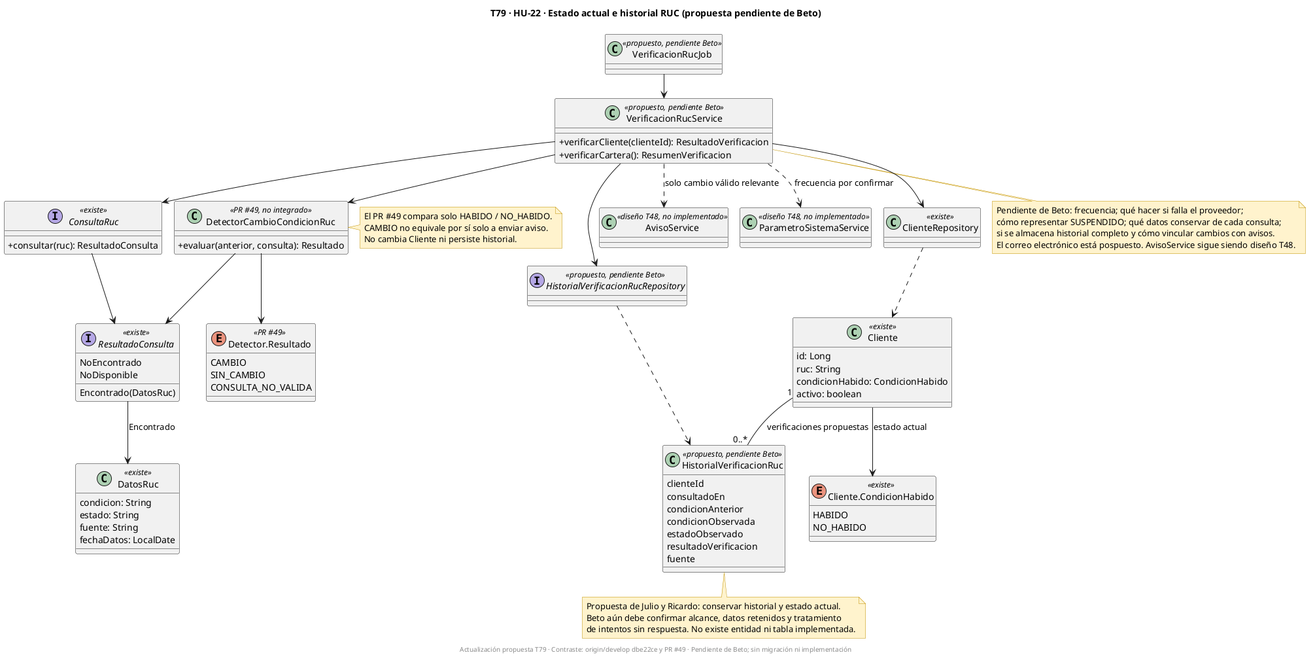
Above: docs/uml/img/T79-HU22-clases.png in fabianrodriguez33/plus-contable (PlantUML), before the change.
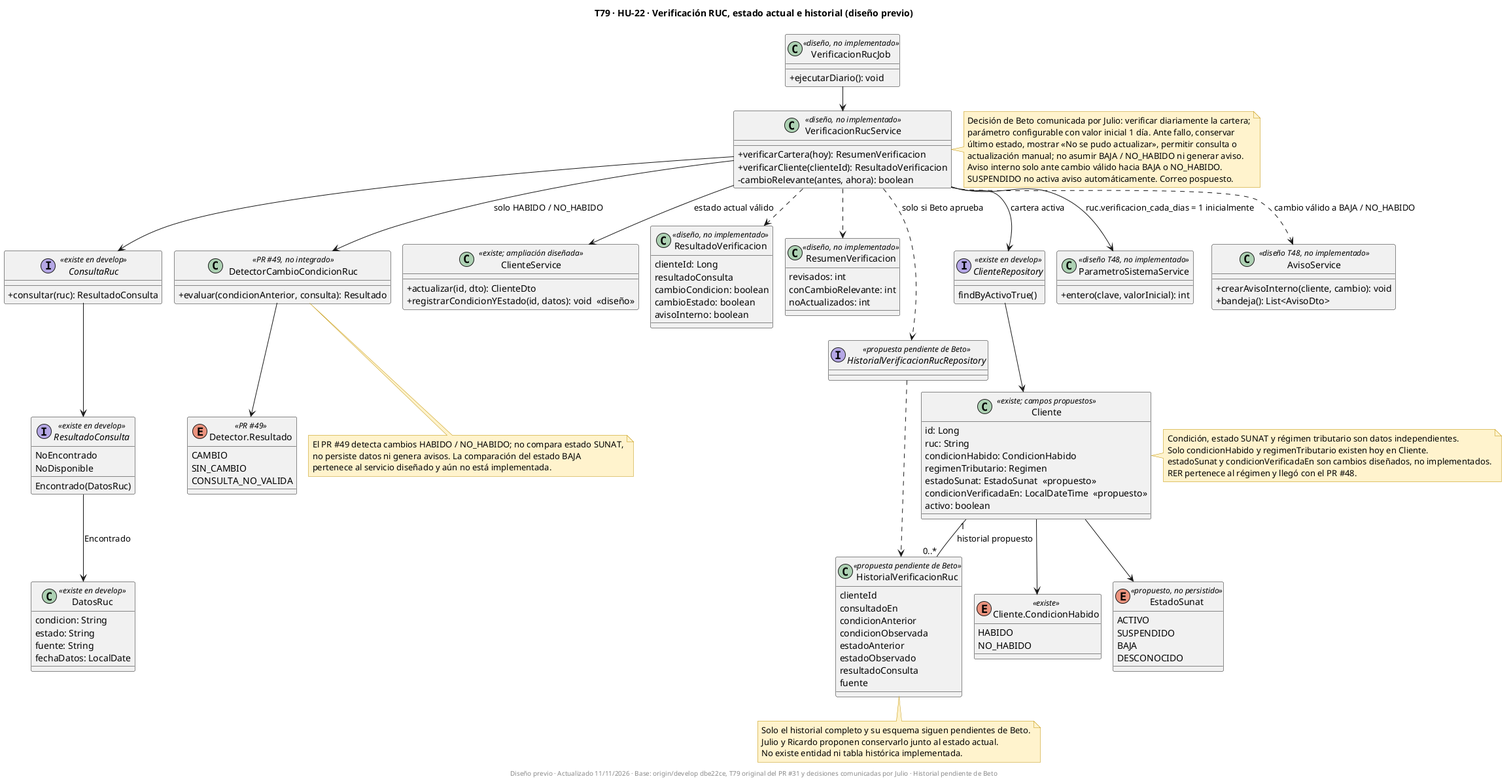
After the change.

Commit message:
docs(HU-22): ajustar T79 a decisiones confirmadas de Beto

What changed in the source:
```diff
@@ -1,93 +1,140 @@
 @startuml
 !pragma layout smetana
 skinparam classAttributeIconSize 0
-title T79 · HU-22 · Estado actual e historial RUC (propuesta pendiente de Beto)
+title T79 · HU-22 · Verificación RUC, estado actual e historial (diseño previo)
 skinparam shadowing false
 skinparam noteBackgroundColor #FFF2CC
 skinparam noteBorderColor #BF9000
 
-class Cliente <<existe>> {
+class VerificacionRucJob <<diseño, no implementado>> {
+  +ejecutarDiario(): void
+}
+class VerificacionRucService <<diseño, no implementado>> {
+  +verificarCartera(hoy): ResumenVerificacion
+  +verificarCliente(clienteId): ResultadoVerificacion
+  -cambioRelevante(antes, ahora): boolean
+}
+interface ConsultaRuc <<existe en develop>> {
+  +consultar(ruc): ResultadoConsulta
+}
+interface ResultadoConsulta <<existe en develop>> {
+  Encontrado(DatosRuc)
+  NoEncontrado
+  NoDisponible
+}
+class DatosRuc <<existe en develop>> {
+  condicion: String
+  estado: String
+  fuente: String
+  fechaDatos: LocalDate
+}
+class DetectorCambioCondicionRuc <<PR #49, no integrado>> {
+  +evaluar(condicionAnterior, consulta): Resultado
+}
+enum "Detector.Resultado" as Deteccion <<PR #49>> {
+  CAMBIO
+  SIN_CAMBIO
+  CONSULTA_NO_VALIDA
+}
+class ClienteService <<existe; ampliación diseñada>> {
+  +actualizar(id, dto): ClienteDto
+  +registrarCondicionYEstado(id, datos): void  <<diseño>>
+}
+class Cliente <<existe; campos propuestos>> {
   id: Long
   ruc: String
   condicionHabido: CondicionHabido
+  regimenTributario: Regimen
+  estadoSunat: EstadoSunat  <<propuesto>>
+  condicionVerificadaEn: LocalDateTime  <<propuesto>>
   activo: boolean
 }
 enum "Cliente.CondicionHabido" as CondicionHabido <<existe>> {
   HABIDO
   NO_HABIDO
 }
-interface ConsultaRuc <<existe>> {
-  +consultar(ruc): ResultadoConsulta
+enum EstadoSunat <<propuesto, no persistido>> {
+  ACTIVO
+  SUSPENDIDO
+  BAJA
+  DESCONOCIDO
 }
-interface ResultadoConsulta <<existe>> {
-  Encontrado(DatosRuc)
-  NoEncontrado
-  NoDisponible
+class ResultadoVerificacion <<diseño, no implementado>> {
+  clienteId: Long
+  resultadoConsulta
+  cambioCondicion: boolean
+  cambioEstado: boolean
+  avisoInterno: boolean
 }
-class DatosRuc <<existe>> {
-  condicion: String
-  estado: String
-  fuente: String
-  fechaDatos: LocalDate
+class ResumenVerificacion <<diseño, no implementado>> {
+  revisados: int
+  conCambioRelevante: int
+  noActualizados: int
 }
-class DetectorCambioCondicionRuc <<PR #49, no integrado>> {
-  +evaluar(anterior, consulta): Resultado
-}
-enum "Detector.Resultado" as Deteccion <<PR #49>> {
-  CAMBIO
-  SIN_CAMBIO
-  CONSULTA_NO_VALIDA
-}
-class VerificacionRucService <<propuesto, pendiente Beto>> {
-  +verificarCliente(clienteId): ResultadoVerificacion
-  +verificarCartera(): ResumenVerificacion
-}
-class HistorialVerificacionRuc <<propuesto, pendiente Beto>> {
+class HistorialVerificacionRuc <<propuesta pendiente de Beto>> {
   clienteId
   consultadoEn
   condicionAnterior
   condicionObservada
+  estadoAnterior
   estadoObservado
-  resultadoVerificacion
+  resultadoConsulta
   fuente
 }
-interface HistorialVerificacionRucRepository <<propuesto, pendiente Beto>>
-class VerificacionRucJob <<propuesto, pendiente Beto>>
-class AvisoService <<diseño T48, no implementado>>
-class ParametroSistemaService <<diseño T48, no implementado>>
-class ClienteRepository <<existe>>
+interface HistorialVerificacionRucRepository <<propuesta pendiente de Beto>>
+interface ClienteRepository <<existe en develop>> {
+  findByActivoTrue()
+}
+class ParametroSistemaService <<diseño T48, no implementado>> {
+  +entero(clave, valorInicial): int
+}
+class AvisoService <<diseño T48, no implementado>> {
+  +crearAvisoInterno(cliente, cambio): void
+  +bandeja(): List<AvisoDto>
+}
 
-Cliente --> CondicionHabido : estado actual
-Cliente "1" -- "0..*" HistorialVerificacionRuc : verificaciones propuestas
+VerificacionRucJob --> VerificacionRucService
+VerificacionRucService --> ParametroSistemaService : ruc.verificacion_cada_dias = 1 inicialmente
+VerificacionRucService --> ClienteRepository : cartera activa
+VerificacionRucService --> ConsultaRuc
+VerificacionRucService --> DetectorCambioCondicionRuc : solo HABIDO / NO_HABIDO
+VerificacionRucService --> ClienteService : estado actual válido
+VerificacionRucService ..> HistorialVerificacionRucRepository : solo si Beto aprueba
+VerificacionRucService ..> AvisoService : cambio válido a BAJA / NO_HABIDO
+VerificacionRucService ..> ResultadoVerificacion
+VerificacionRucService ..> ResumenVerificacion
 ConsultaRuc --> ResultadoConsulta
 ResultadoConsulta --> DatosRuc : Encontrado
 DetectorCambioCondicionRuc --> Deteccion
-DetectorCambioCondicionRuc --> ResultadoConsulta
-VerificacionRucJob --> VerificacionRucService
-VerificacionRucService --> ClienteRepository
-VerificacionRucService --> ConsultaRuc
-VerificacionRucService --> DetectorCambioCondicionRuc
-VerificacionRucService --> HistorialVerificacionRucRepository
-VerificacionRucService ..> AvisoService : solo cambio válido relevante
-VerificacionRucService ..> ParametroSistemaService : frecuencia por confirmar
+ClienteRepository --> Cliente
+Cliente --> CondicionHabido
+Cliente --> EstadoSunat
+Cliente "1" -- "0..*" HistorialVerificacionRuc : historial propuesto
 HistorialVerificacionRucRepository ..> HistorialVerificacionRuc
-ClienteRepository ..> Cliente
 
-note right of DetectorCambioCondicionRuc
-  El PR #49 compara solo HABIDO / NO_HABIDO.
-  CAMBIO no equivale por sí solo a enviar aviso.
-  No cambia Cliente ni persiste historial.
+note right of Cliente
+  Condición, estado SUNAT y régimen tributario son datos independientes.
+  Solo condicionHabido y regimenTributario existen hoy en Cliente.
+  estadoSunat y condicionVerificadaEn son cambios diseñados, no implementados.
+  RER pertenece al régimen y llegó con el PR #48.
+end note
+note right of VerificacionRucService
+  Decisión de Beto comunicada por Julio: verificar diariamente la cartera;
+  parámetro configurable con valor inicial 1 día. Ante fallo, conservar
+  último estado, mostrar «No se pudo actualizar», permitir consulta o
+  actualización manual; no asumir BAJA / NO_HABIDO ni generar aviso.
+  Aviso interno solo ante cambio válido hacia BAJA o NO_HABIDO.
+  SUSPENDIDO no activa aviso automáticamente. Correo pospuesto.
 end note
 note bottom of HistorialVerificacionRuc
-  Propuesta de Julio y Ricardo: conservar historial y estado actual.
-  Beto aún debe confirmar alcance, datos retenidos y tratamiento
-  de intentos sin respuesta. No existe entidad ni tabla implementada.
+  Solo el historial completo y su esquema siguen pendientes de Beto.
+  Julio y Ricardo proponen conservarlo junto al estado actual.
+  No existe entidad ni tabla histórica implementada.
 end note
-note bottom of VerificacionRucService
-  Pendiente de Beto: frecuencia; qué hacer si falla el proveedor;
-  cómo representar SUSPENDIDO; qué datos conservar de cada consulta;
-  si se almacena historial completo y cómo vincular cambios con avisos.
-  El correo electrónico está pospuesto. AvisoService sigue siendo diseño T48.
+note bottom of DetectorCambioCondicionRuc
+  El PR #49 detecta cambios HABIDO / NO_HABIDO; no compara estado SUNAT,
+  no persiste datos ni genera avisos. La comparación del estado BAJA
+  pertenece al servicio diseñado y aún no está implementada.
 end note
-footer Actualización propuesta T79 · Contraste: origin/develop dbe22ce y PR #49 · Pendiente de Beto; sin migración ni implementación
+footer Diseño previo · Actualizado 11/11/2026 · Base: origin/develop dbe22ce, T79 original del PR #31 y decisiones comunicadas por Julio · Historial pendiente de Beto
 @enduml
```
